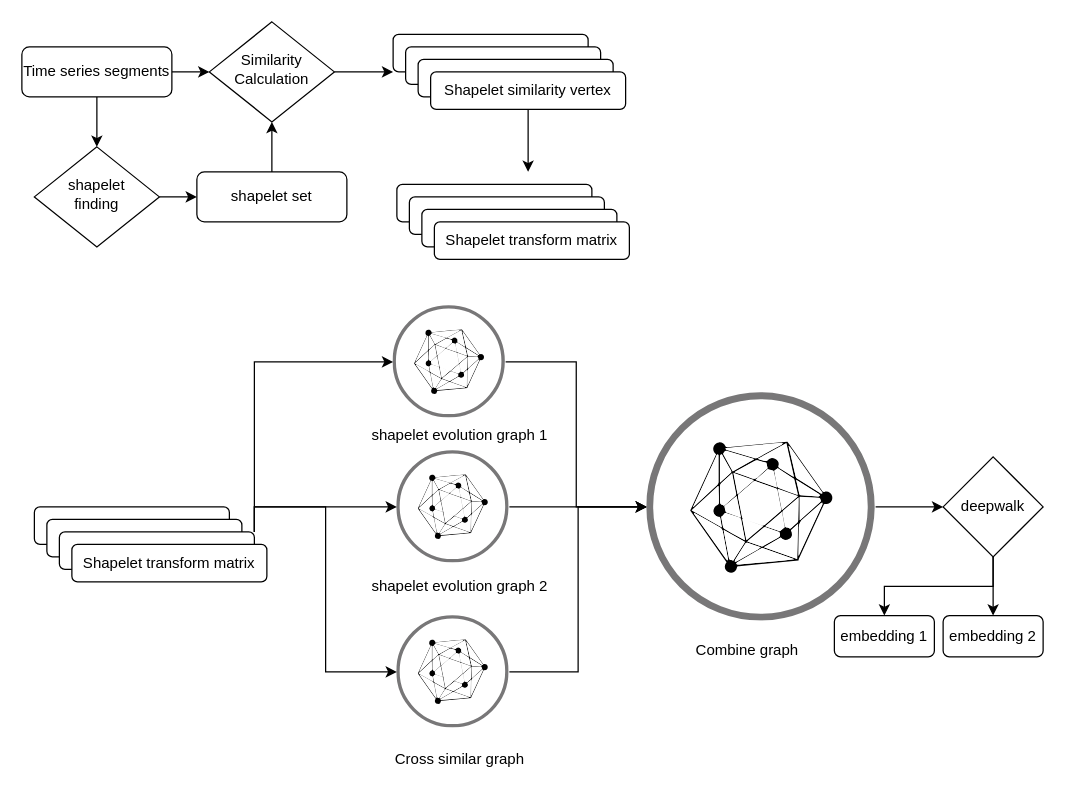
Before: page "framework" (9 of 14) of ALL.drawio in roleecorn/drawio, a draw.io diagram. Source tidied: cells renumbered, new cells numbered last; positions are measured from the earlier drawing's top-left corner, leaving out a move shared by most shapes. Both pictures are drawn from the tidied source at 125%, with x=0, y=0 at pixel (21, 21).
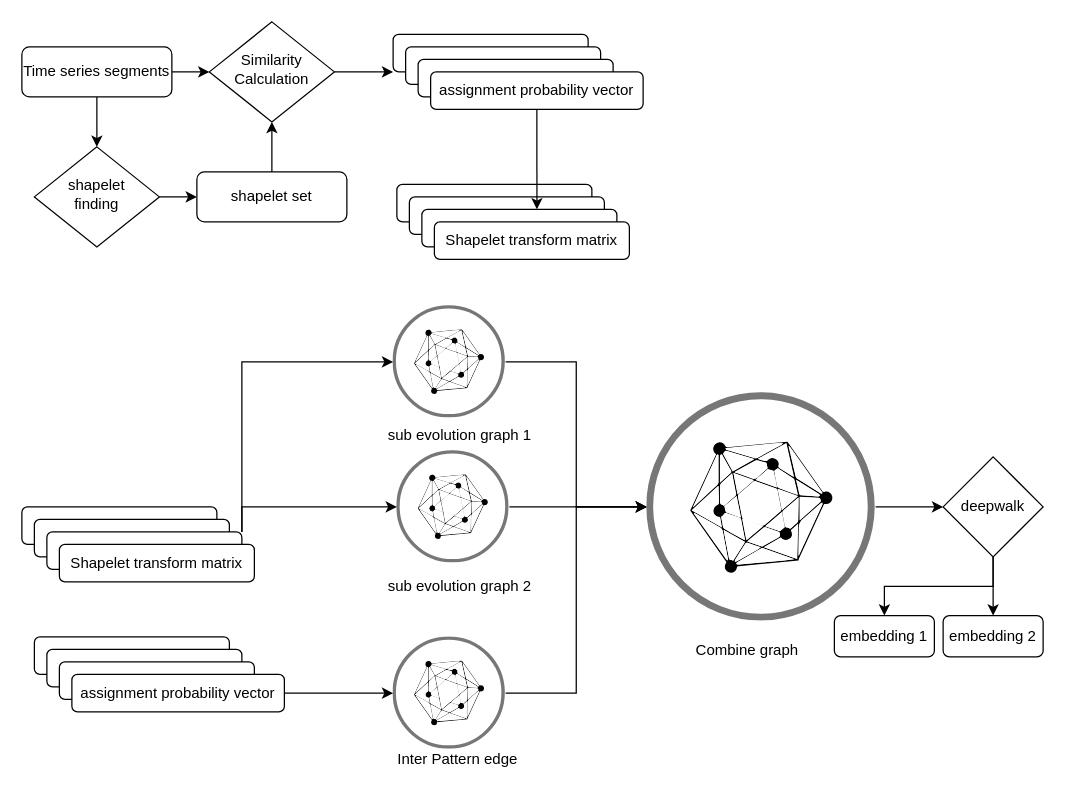
The same diagram, later.

The change refers to these unchanged cells:
```xml
<mxCell id="19" style="rounded=1;whiteSpace=wrap;html=1;fontSize=12;glass=0;strokeWidth=1;shadow=0;" parent="16" vertex="1">
  <mxGeometry x="20" y="20" width="156" height="30" as="geometry" />
</mxCell>
<mxCell id="28" style="rounded=1;whiteSpace=wrap;html=1;fontSize=12;glass=0;strokeWidth=1;shadow=0;" parent="25" vertex="1">
  <mxGeometry x="20" y="20" width="156" height="30" as="geometry" />
</mxCell>
```

What changed in the source:
```diff
@@
     <mxCell id="10" style="group;" parent="1" vertex="1">
-      <mxGeometry x="297" y="10" width="186" height="60" as="geometry" />
+      <mxGeometry x="297" y="10" width="200" height="60" as="geometry" />
     </mxCell>
@@
-    <mxCell id="14" value="Shapelet similarity vertex" style="rounded=1;whiteSpace=wrap;html=1;fontSize=12;glass=0;strokeWidth=1;shadow=0;" parent="10" vertex="1">
-      <mxGeometry x="30" y="30" width="156" height="30" as="geometry" />
+    <mxCell id="14" value="assignment probability vector" style="rounded=1;whiteSpace=wrap;html=1;fontSize=12;glass=0;strokeWidth=1;shadow=0;" parent="10" vertex="1">
+      <mxGeometry x="30" y="30" width="170" height="30" as="geometry" />
     </mxCell>
@@
     <mxCell id="16" style="group;" parent="1" vertex="1">
-      <mxGeometry x="10" y="388" width="186" height="60" as="geometry" />
+      <mxGeometry y="388" width="186" height="60" as="geometry" />
     </mxCell>
@@
-    <mxCell id="24" style="edgeStyle=orthogonalEdgeStyle;rounded=0;jettySize=auto;html=1;exitX=0.5;exitY=1;exitDx=0;exitDy=0;entryX=0.5;entryY=0;entryDx=0;entryDy=0;" parent="1" edge="1" source="14">
-      <mxGeometry relative="1" as="geometry">
-        <mxPoint x="405" y="120" as="targetPoint" />
-      </mxGeometry>
-    </mxCell>
@@
-    <mxCell id="32" value="shapelet&amp;nbsp;evolution graph 1" style="text;html=1;align=center;verticalAlign=middle;strokeColor=none;fillColor=none;" parent="1" vertex="1">
-      <mxGeometry x="270" y="316" width="160" height="30" as="geometry" />
+    <mxCell id="32" value="sub evolution graph 1" style="text;html=1;align=center;verticalAlign=middle;strokeColor=none;fillColor=none;" parent="1" vertex="1">
+      <mxGeometry x="280" y="316" width="140" height="30" as="geometry" />
     </mxCell>
-    <mxCell id="33" value="shapelet&amp;nbsp;evolution graph 2" style="text;html=1;align=center;verticalAlign=middle;strokeColor=none;fillColor=none;" parent="1" vertex="1">
-      <mxGeometry x="270" y="437" width="160" height="30" as="geometry" />
+    <mxCell id="33" value="sub evolution graph 2" style="text;html=1;align=center;verticalAlign=middle;strokeColor=none;fillColor=none;" parent="1" vertex="1">
+      <mxGeometry x="280" y="437" width="140" height="30" as="geometry" />
     </mxCell>
-    <mxCell id="34" value="Cross similar graph" style="text;html=1;align=center;verticalAlign=middle;strokeColor=none;fillColor=none;" parent="1" vertex="1">
-      <mxGeometry x="285" y="575" width="130" height="30" as="geometry" />
+    <mxCell id="34" value="Inter Pattern edge&amp;nbsp;" style="text;html=1;align=center;verticalAlign=middle;strokeColor=none;fillColor=none;" parent="1" vertex="1">
+      <mxGeometry x="290" y="575" width="120" height="30" as="geometry" />
     </mxCell>
@@
     <mxCell id="38" style="image;perimeter=ellipsePerimeter;html=1;align=center;shadow=0;dashed=0;fontColor=#4277BB;labelBackgroundColor=default;fontSize=12;spacingTop=3;image=img/lib/ibm/blockchain/hyperledger_fabric.svg;" parent="1" vertex="1">
-      <mxGeometry x="300" y="475" width="90" height="90" as="geometry" />
+      <mxGeometry x="297" y="492" width="90" height="90" as="geometry" />
     </mxCell>
@@
-    <mxCell id="41" style="edgeStyle=orthogonalEdgeStyle;rounded=0;jettySize=auto;html=1;exitX=1;exitY=0;exitDx=0;exitDy=0;entryX=0;entryY=0.5;entryDx=0;entryDy=0;" parent="1" edge="1" source="19" target="38">
-      <mxGeometry relative="1" as="geometry" />
-    </mxCell>
@@
+    <mxCell id="47" style="edgeStyle=orthogonalEdgeStyle;rounded=0;jettySize=auto;html=1;exitX=0.5;exitY=1;exitDx=0;exitDy=0;entryX=0.59;entryY=0;entryDx=0;entryDy=0;entryPerimeter=0;" parent="1" edge="1" source="14" target="28">
+      <mxGeometry relative="1" as="geometry" />
+    </mxCell>
+    <mxCell id="48" style="group;" parent="1" vertex="1">
+      <mxGeometry x="10" y="492" width="200" height="60" as="geometry" />
+    </mxCell>
+    <mxCell id="49" style="rounded=1;whiteSpace=wrap;html=1;fontSize=12;glass=0;strokeWidth=1;shadow=0;" parent="48" vertex="1">
+      <mxGeometry width="156" height="30" as="geometry" />
+    </mxCell>
+    <mxCell id="50" style="rounded=1;whiteSpace=wrap;html=1;fontSize=12;glass=0;strokeWidth=1;shadow=0;" parent="48" vertex="1">
+      <mxGeometry x="10" y="10" width="156" height="30" as="geometry" />
+    </mxCell>
+    <mxCell id="51" style="rounded=1;whiteSpace=wrap;html=1;fontSize=12;glass=0;strokeWidth=1;shadow=0;" parent="48" vertex="1">
+      <mxGeometry x="20" y="20" width="156" height="30" as="geometry" />
+    </mxCell>
+    <mxCell id="52" value="assignment probability vector" style="rounded=1;whiteSpace=wrap;html=1;fontSize=12;glass=0;strokeWidth=1;shadow=0;" parent="48" vertex="1">
+      <mxGeometry x="30" y="30" width="170" height="30" as="geometry" />
+    </mxCell>
+    <mxCell id="53" style="edgeStyle=orthogonalEdgeStyle;rounded=0;jettySize=auto;html=1;exitX=1;exitY=0.5;exitDx=0;exitDy=0;entryX=0;entryY=0.5;entryDx=0;entryDy=0;" parent="1" edge="1" source="52" target="38">
+      <mxGeometry relative="1" as="geometry" />
+    </mxCell>
```
